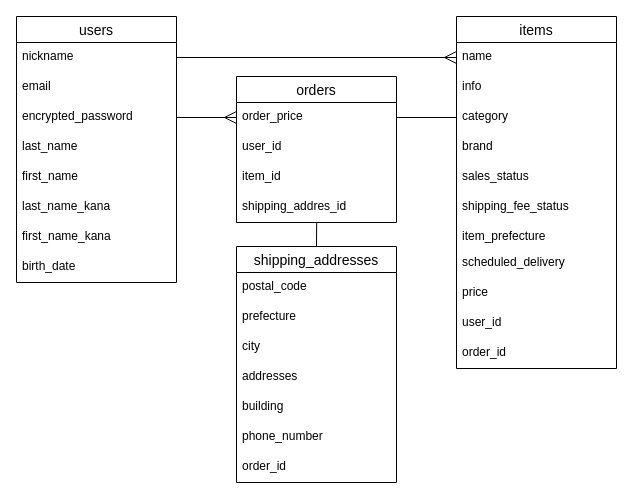
This is DB.dio from 41682/furima-41682, a draw.io file, before an edit. Source tidied: cells renumbered, new cells numbered last; positions are measured from the earlier drawing's top-left corner, leaving out a move shared by most shapes. Both pictures are drawn from the tidied source at 100%, with x=0, y=0 at pixel (16, 16).
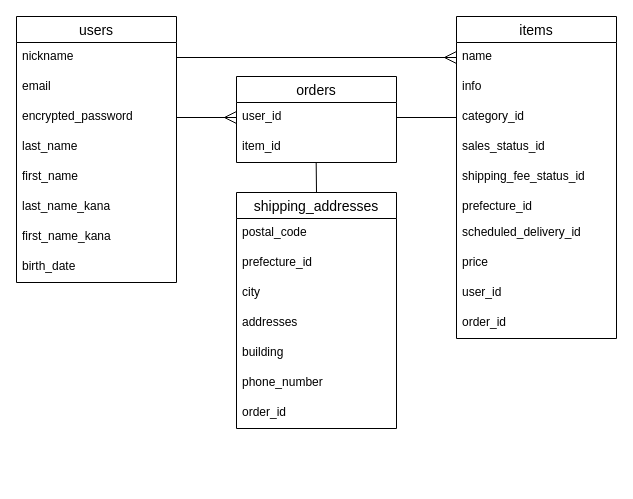
After the change.

Commit message (it also covers changes not shown here):
ER図・README修正

The change refers to these unchanged cells:
```xml
<mxCell id="5" value="encrypted_password" style="text;strokeColor=none;fillColor=none;spacingLeft=4;spacingRight=4;overflow=hidden;points=[[0,0.5],[1,0.5]];portConstraint=eastwest;fontSize=12;" parent="2" vertex="1">
  <mxGeometry y="86" width="160" height="30" as="geometry" />
</mxCell>
```

Diff of the diagram source:
```diff
@@
     <mxCell id="11" value="items" style="swimlane;fontStyle=0;horizontal=1;startSize=26;align=center;fontSize=14;" parent="1" vertex="1">
-      <mxGeometry x="440" width="160" height="352" as="geometry" />
+      <mxGeometry x="440" width="160" height="322" as="geometry" />
     </mxCell>
@@
-    <mxCell id="14" value="category" style="text;strokeColor=none;fillColor=none;spacingLeft=4;spacingRight=4;overflow=hidden;points=[[0,0.5],[1,0.5]];portConstraint=eastwest;fontSize=12;" parent="11" vertex="1">
+    <mxCell id="14" value="category_id" style="text;strokeColor=none;fillColor=none;spacingLeft=4;spacingRight=4;overflow=hidden;points=[[0,0.5],[1,0.5]];portConstraint=eastwest;fontSize=12;" parent="11" vertex="1">
       <mxGeometry y="86" width="160" height="30" as="geometry" />
     </mxCell>
-    <mxCell id="15" value="brand" style="text;strokeColor=none;fillColor=none;spacingLeft=4;spacingRight=4;overflow=hidden;fontSize=12;" parent="11" vertex="1">
-      <mxGeometry y="116" width="160" height="30" as="geometry" />
-    </mxCell>
-    <mxCell id="16" value="sales_status" style="text;strokeColor=none;fillColor=none;spacingLeft=4;spacingRight=4;overflow=hidden;fontSize=12;" parent="11" vertex="1">
-      <mxGeometry y="146" width="160" height="30" as="geometry" />
+    <mxCell id="16" value="sales_status_id" style="text;strokeColor=none;fillColor=none;spacingLeft=4;spacingRight=4;overflow=hidden;fontSize=12;" parent="11" vertex="1">
+      <mxGeometry y="116" width="160" height="30" as="geometry" />
     </mxCell>
-    <mxCell id="17" value="shipping_fee_status" style="text;strokeColor=none;fillColor=none;spacingLeft=4;spacingRight=4;overflow=hidden;fontSize=12;" parent="11" vertex="1">
-      <mxGeometry y="176" width="160" height="30" as="geometry" />
+    <mxCell id="17" value="shipping_fee_status_id" style="text;strokeColor=none;fillColor=none;spacingLeft=4;spacingRight=4;overflow=hidden;fontSize=12;" parent="11" vertex="1">
+      <mxGeometry y="146" width="160" height="30" as="geometry" />
     </mxCell>
-    <mxCell id="18" value="item_prefecture" style="text;strokeColor=none;fillColor=none;spacingLeft=4;spacingRight=4;overflow=hidden;fontSize=12;" parent="11" vertex="1">
-      <mxGeometry y="206" width="160" height="26" as="geometry" />
+    <mxCell id="18" value="prefecture_id" style="text;strokeColor=none;fillColor=none;spacingLeft=4;spacingRight=4;overflow=hidden;fontSize=12;" parent="11" vertex="1">
+      <mxGeometry y="176" width="160" height="26" as="geometry" />
     </mxCell>
-    <mxCell id="19" value="scheduled_delivery" style="text;strokeColor=none;fillColor=none;spacingLeft=4;spacingRight=4;overflow=hidden;fontSize=12;" parent="11" vertex="1">
-      <mxGeometry y="232" width="160" height="30" as="geometry" />
+    <mxCell id="19" value="scheduled_delivery_id" style="text;strokeColor=none;fillColor=none;spacingLeft=4;spacingRight=4;overflow=hidden;fontSize=12;" parent="11" vertex="1">
+      <mxGeometry y="202" width="160" height="30" as="geometry" />
     </mxCell>
     <mxCell id="20" value="price" style="text;strokeColor=none;fillColor=none;spacingLeft=4;spacingRight=4;overflow=hidden;fontSize=12;" parent="11" vertex="1">
-      <mxGeometry y="262" width="160" height="30" as="geometry" />
+      <mxGeometry y="232" width="160" height="30" as="geometry" />
     </mxCell>
     <mxCell id="21" value="user_id" style="text;strokeColor=none;fillColor=none;spacingLeft=4;spacingRight=4;overflow=hidden;fontSize=12;" parent="11" vertex="1">
-      <mxGeometry y="292" width="160" height="30" as="geometry" />
+      <mxGeometry y="262" width="160" height="30" as="geometry" />
     </mxCell>
     <mxCell id="22" value="order_id" style="text;strokeColor=none;fillColor=none;spacingLeft=4;spacingRight=4;overflow=hidden;fontSize=12;" parent="11" vertex="1">
-      <mxGeometry y="322" width="160" height="30" as="geometry" />
+      <mxGeometry y="292" width="160" height="30" as="geometry" />
     </mxCell>
     <mxCell id="23" value="orders" style="swimlane;fontStyle=0;horizontal=1;startSize=26;align=center;fontSize=14;" parent="1" vertex="1">
-      <mxGeometry x="220" y="60" width="160" height="146" as="geometry" />
+      <mxGeometry x="220" y="60" width="160" height="86" as="geometry" />
     </mxCell>
-    <mxCell id="24" value="order_price" style="text;strokeColor=none;fillColor=none;spacingLeft=4;spacingRight=4;overflow=hidden;points=[[0,0.5],[1,0.5]];portConstraint=eastwest;fontSize=12;" parent="23" vertex="1">
-      <mxGeometry y="26" width="160" height="30" as="geometry" />
-    </mxCell>
     <mxCell id="25" value="user_id" style="text;strokeColor=none;fillColor=none;spacingLeft=4;spacingRight=4;overflow=hidden;fontSize=12;" parent="23" vertex="1">
-      <mxGeometry y="56" width="160" height="30" as="geometry" />
+      <mxGeometry y="26" width="160" height="30" as="geometry" />
     </mxCell>
     <mxCell id="26" value="item_id" style="text;strokeColor=none;fillColor=none;spacingLeft=4;spacingRight=4;overflow=hidden;points=[[0,0.5],[1,0.5]];portConstraint=eastwest;fontSize=12;" parent="23" vertex="1">
-      <mxGeometry y="86" width="160" height="30" as="geometry" />
+      <mxGeometry y="56" width="160" height="30" as="geometry" />
     </mxCell>
-    <mxCell id="27" value="shipping_addres_id" style="text;strokeColor=none;fillColor=none;spacingLeft=4;spacingRight=4;overflow=hidden;points=[[0,0.5],[1,0.5]];portConstraint=eastwest;fontSize=12;" parent="23" vertex="1">
-      <mxGeometry y="116" width="160" height="30" as="geometry" />
-    </mxCell>
-    <mxCell id="28" style="edgeStyle=none;rounded=0;jumpSize=10;html=1;exitX=0.5;exitY=0;exitDx=0;exitDy=0;entryX=0.501;entryY=1.02;entryDx=0;entryDy=0;entryPerimeter=0;strokeWidth=1;endArrow=none;endFill=0;startSize=10;endSize=10;startArrow=none;startFill=0;" parent="1" edge="1" source="29" target="27">
-      <mxGeometry relative="1" as="geometry" />
-    </mxCell>
+    <mxCell id="40" style="edgeStyle=none;html=1;exitX=0.5;exitY=0;exitDx=0;exitDy=0;endArrow=none;endFill=0;entryX=0.498;entryY=0.996;entryDx=0;entryDy=0;entryPerimeter=0;" parent="1" edge="1" source="29" target="26">
+      <mxGeometry relative="1" as="geometry" />
+    </mxCell>
     <mxCell id="29" value="shipping_addresses" style="swimlane;fontStyle=0;horizontal=1;startSize=26;align=center;fontSize=14;" parent="1" vertex="1">
-      <mxGeometry x="220" y="230" width="160" height="236" as="geometry" />
+      <mxGeometry x="220" y="176" width="160" height="236" as="geometry" />
     </mxCell>
@@
-    <mxCell id="31" value="prefecture" style="text;strokeColor=none;fillColor=none;spacingLeft=4;spacingRight=4;overflow=hidden;fontSize=12;" parent="29" vertex="1">
+    <mxCell id="31" value="prefecture_id" style="text;strokeColor=none;fillColor=none;spacingLeft=4;spacingRight=4;overflow=hidden;fontSize=12;" parent="29" vertex="1">
       <mxGeometry y="56" width="160" height="30" as="geometry" />
     </mxCell>
@@
-    <mxCell id="38" style="rounded=0;jumpSize=10;html=1;exitX=0;exitY=0.5;exitDx=0;exitDy=0;entryX=1;entryY=0.5;entryDx=0;entryDy=0;strokeWidth=1;endArrow=none;endFill=0;startSize=10;endSize=10;startArrow=ERmany;startFill=0;" parent="1" edge="1" source="24" target="5">
-      <mxGeometry relative="1" as="geometry" />
+    <mxCell id="38" style="rounded=0;jumpSize=10;html=1;exitX=0;exitY=0.5;exitDx=0;exitDy=0;entryX=1;entryY=0.5;entryDx=0;entryDy=0;strokeWidth=1;endArrow=none;endFill=0;startSize=10;endSize=10;startArrow=ERmany;startFill=0;" parent="1" edge="1" target="5">
+      <mxGeometry relative="1" as="geometry">
+        <mxPoint x="220" y="101" as="sourcePoint" />
+      </mxGeometry>
     </mxCell>
-    <mxCell id="39" style="edgeStyle=none;rounded=0;jumpSize=10;html=1;exitX=0;exitY=0.5;exitDx=0;exitDy=0;entryX=1;entryY=0.5;entryDx=0;entryDy=0;strokeWidth=1;endArrow=none;endFill=0;startSize=10;endSize=10;" parent="1" edge="1" source="14" target="24">
-      <mxGeometry relative="1" as="geometry" />
+    <mxCell id="39" style="edgeStyle=none;rounded=0;jumpSize=10;html=1;exitX=0;exitY=0.5;exitDx=0;exitDy=0;entryX=1;entryY=0.5;entryDx=0;entryDy=0;strokeWidth=1;endArrow=none;endFill=0;startSize=10;endSize=10;" parent="1" edge="1" source="14">
+      <mxGeometry relative="1" as="geometry">
+        <mxPoint x="380" y="101" as="targetPoint" />
+      </mxGeometry>
     </mxCell>
```
